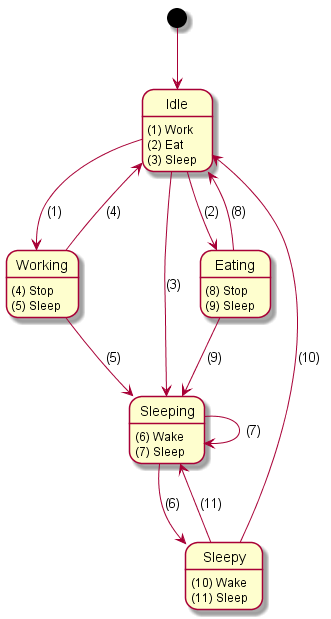
simpler-one/node.state-machine keeps this PlantUML diagram as samples/2.meta-state/state.png. Above is the earlier version.
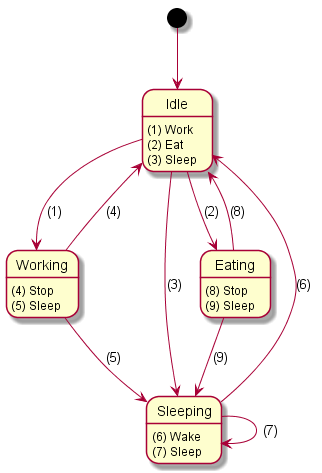
Above is the later version.

The edit, as a diff of the source:
```diff
@@ -1,4 +1,4 @@
-@startuml SampleState
+@startuml SlothState
 
 state "Idle" as idle
 idle: (1) Work
@@ -17,10 +17,6 @@
 eating: (8) Stop
 eating: (9) Sleep
 
-state "Sleepy" as sleepy
-sleepy: (10) Wake
-sleepy: (11) Sleep
-
 [*] --> idle
 idle -down-> working: (1)
 idle -down-> eating: (2)
@@ -29,13 +25,10 @@
 working -down-> idle: (4)
 working -down-> sleeping: (5)
 
-sleeping -down-> sleepy: (6)
+sleeping -down-> idle: (6)
 sleeping -down-> sleeping: (7)
 
 eating -down-> idle: (8)
 eating -down-> sleeping: (9)
 
-sleepy -down-> idle: (10)
-sleepy -down-> sleeping: (11)
-
 @enduml
```
